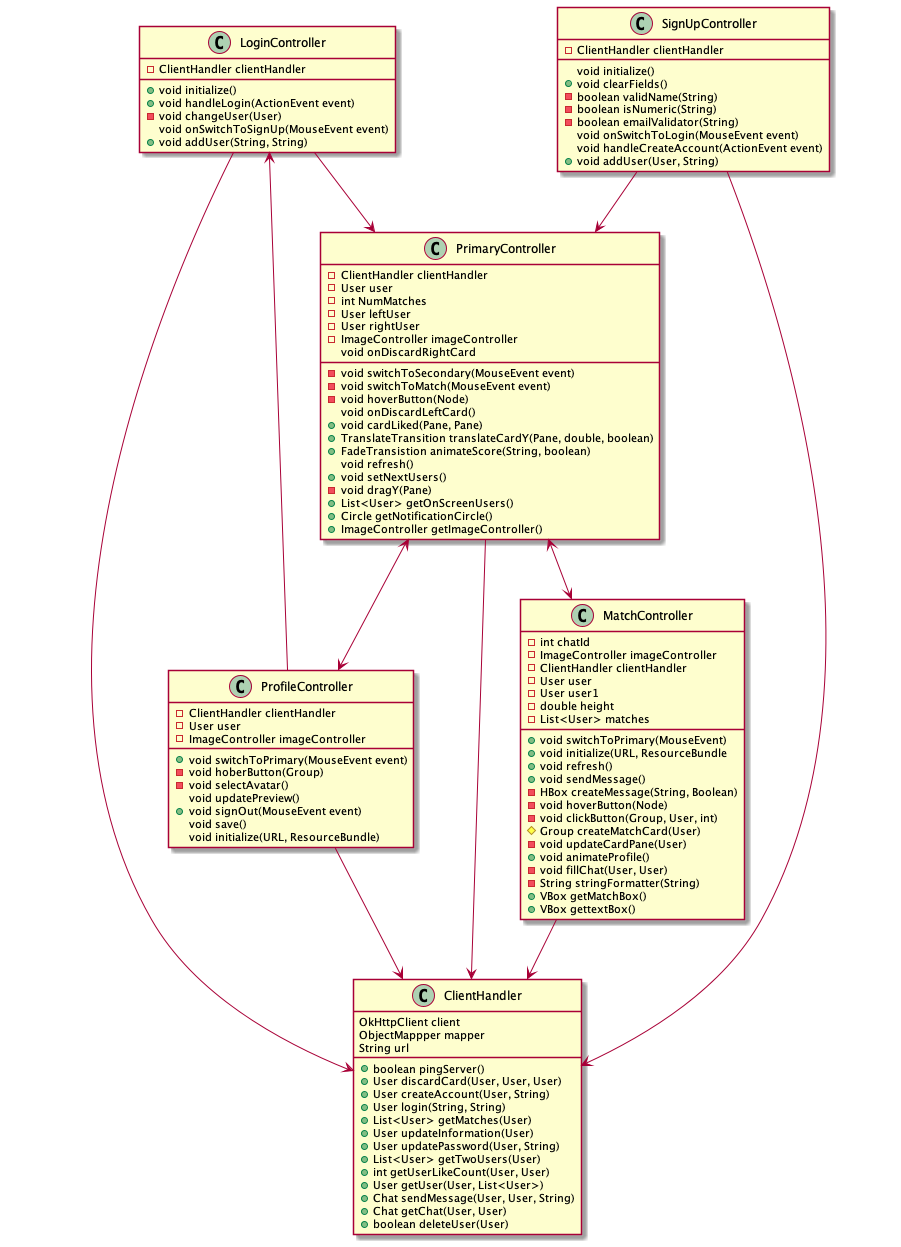
Above: docs/release3/out/docs/release 3/uiDiagram/uiDiagram.png in Tordsg/Xcitr (PlantUML), before the change. The source it was exported from:
```plantuml
@startuml uiDiagram

class ClientHandler{
    OkHttpClient client
    ObjectMappper mapper
    String url
    +boolean pingServer()
    +User discardCard(User, User, User)
    +User createAccount(User, String)
    +User login(String, String)
    +List<User> getMatches(User)
    +User updateInformation(User)
    +User updatePassword(User, String)
    +List<User> getTwoUsers(User)
    +int getUserLikeCount(User, User)
    +User getUser(User, List<User>)
    +Chat sendMessage(User, User, String)
    +Chat getChat(User, User)
    +boolean deleteUser(User)
}

class LoginController{
    -ClientHandler clientHandler
    +void initialize()
    +void handleLogin(ActionEvent event)
    -void changeUser(User)
    void onSwitchToSignUp(MouseEvent event)
    +void addUser(String, String)

}

class SignUpController{
     -ClientHandler clientHandler
     void initialize()
     +void clearFields()
     -boolean validName(String)
     -boolean isNumeric(String)
     -boolean emailValidator(String)
     void onSwitchToLogin(MouseEvent event)
     void handleCreateAccount(ActionEvent event)
     +void addUser(User, String)


}

class PrimaryController{
    -ClientHandler clientHandler
    -User user
    -int NumMatches
    -User leftUser
    -User rightUser
    -ImageController imageController
    -void switchToSecondary(MouseEvent event)
    -void switchToMatch(MouseEvent event)
    -void hoverButton(Node)
    void onDiscardLeftCard()
    void onDiscardRightCard
    +void cardLiked(Pane, Pane)
    +TranslateTransition translateCardY(Pane, double, boolean)
    +FadeTransistion animateScore(String, boolean)
    void refresh()
    +void setNextUsers()
    -void dragY(Pane)
    +List<User> getOnScreenUsers()
    +Circle getNotificationCircle()
    +ImageController getImageController()
}
class ProfileController{
    -ClientHandler clientHandler
    -User user
    -ImageController imageController
    +void switchToPrimary(MouseEvent event)
    -void hoberButton(Group)
    -void selectAvatar()
    void updatePreview()
    +void signOut(MouseEvent event)
    void save()
    void initialize(URL, ResourceBundle)

}
class MatchController{
    -int chatId
    -ImageController imageController
    -ClientHandler clientHandler
    -User user
    -User user1
    -double height
    -List<User> matches
    +void switchToPrimary(MouseEvent)
    +void initialize(URL, ResourceBundle
    +void refresh()
    +void sendMessage()
    -HBox createMessage(String, Boolean)
    -void hoverButton(Node)
    -void clickButton(Group, User, int)
    #Group createMatchCard(User)
    -void updateCardPane(User)
    +void animateProfile()
    -void fillChat(User, User)
    -String stringFormatter(String)
    +VBox getMatchBox()
    +VBox gettextBox()
}
LoginController --> ClientHandler
SignUpController --> ClientHandler
PrimaryController --> ClientHandler
ProfileController --> ClientHandler
MatchController --> ClientHandler


LoginController --> PrimaryController
SignUpController --> PrimaryController
PrimaryController <--> ProfileController
PrimaryController <--> MatchController
ProfileController --> LoginController


@enduml
```
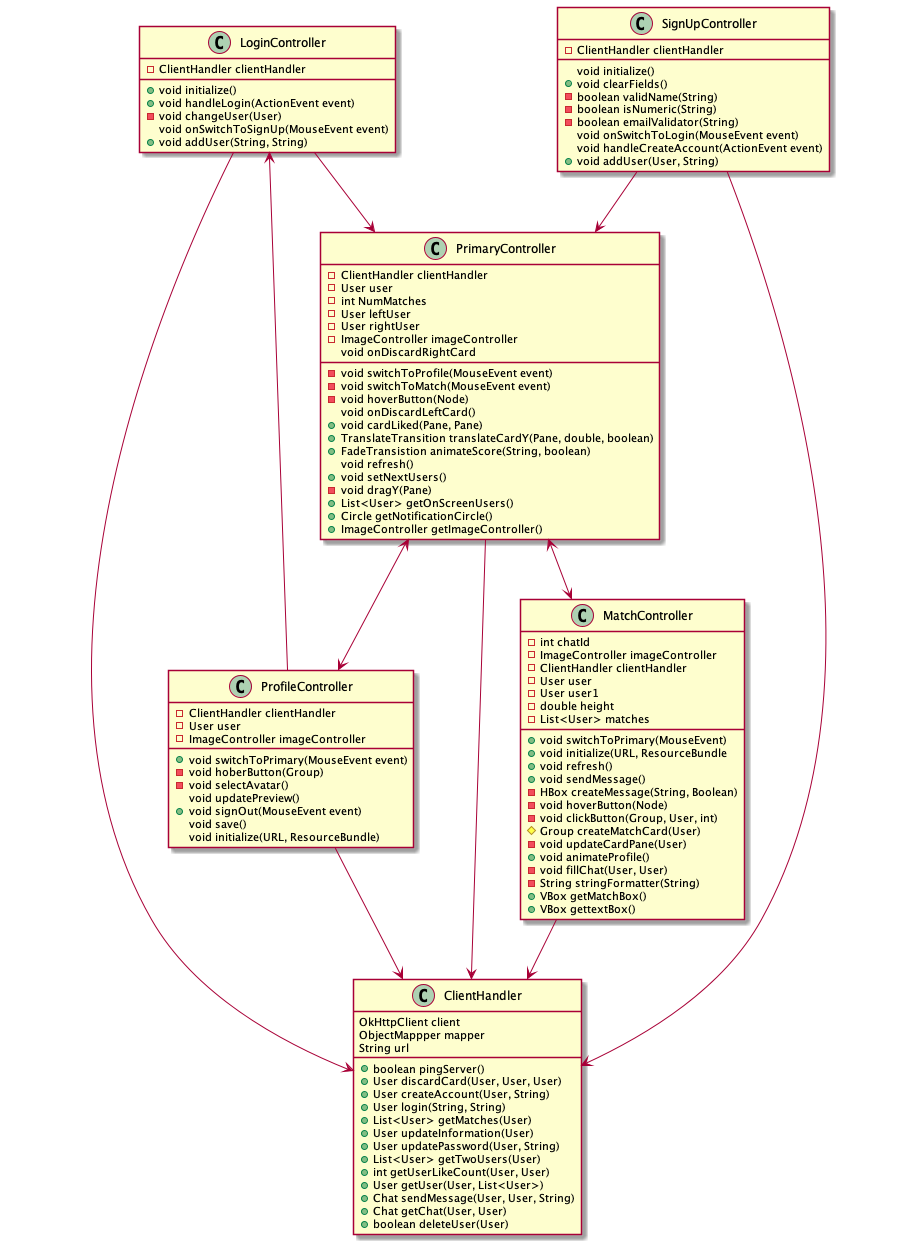
Later version of the same file.

What changed in the source:
```diff
@@ -50,7 +50,7 @@
     -User leftUser
     -User rightUser
     -ImageController imageController
-    -void switchToSecondary(MouseEvent event)
+    -void switchToProfile(MouseEvent event)
     -void switchToMatch(MouseEvent event)
     -void hoverButton(Node)
     void onDiscardLeftCard()
```
